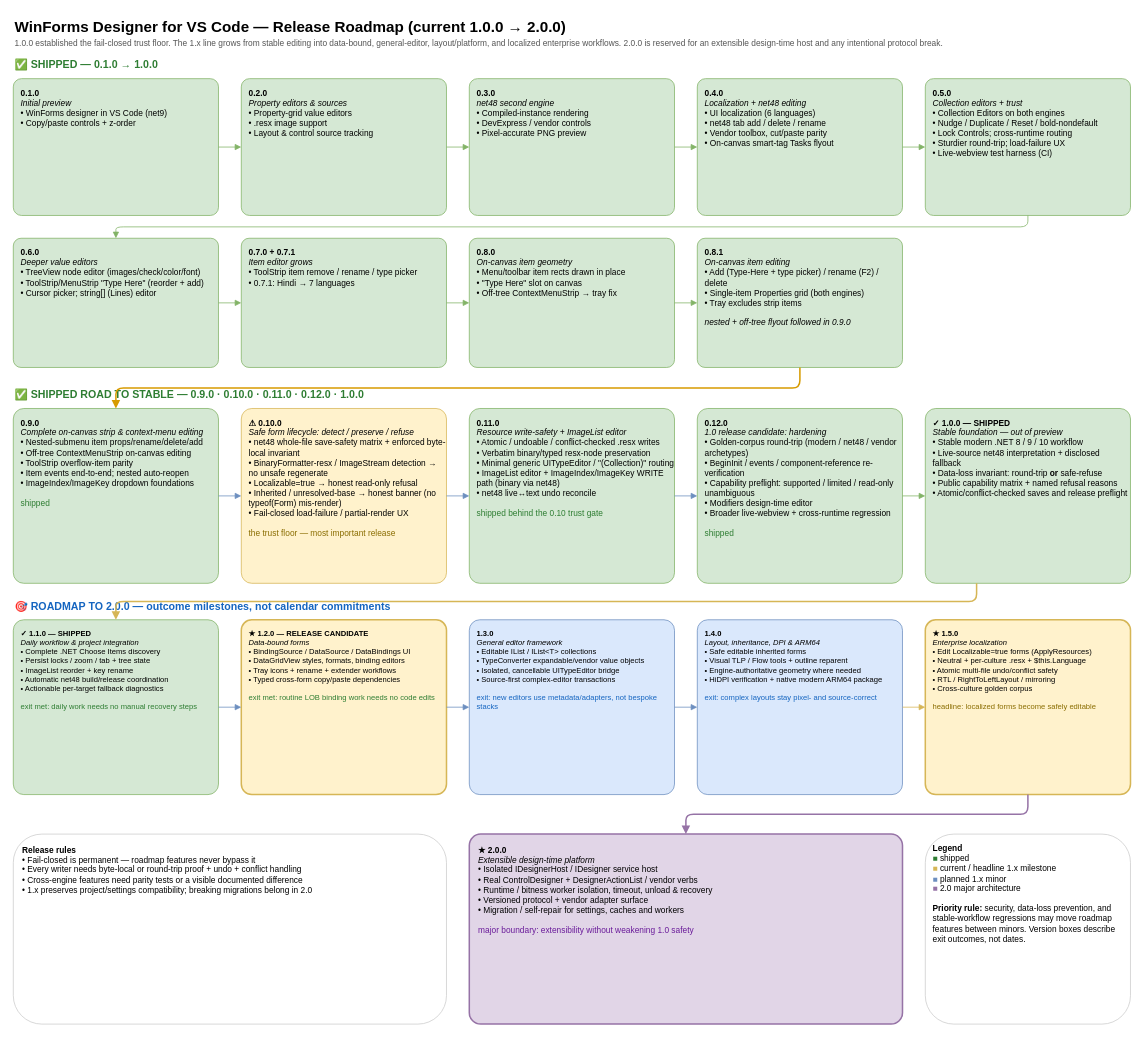
The draw.io diagram docs/roadmap-to-2.0.0.drawio in SkivHisink/winforms-designer-vscode, before the edit. Source tidied: cells renumbered, new cells numbered last; positions are measured from the earlier drawing's top-left corner, leaving out a move shared by most shapes. Both pictures are drawn from the tidied source at 76%, with x=0, y=0 at pixel (13, 13).
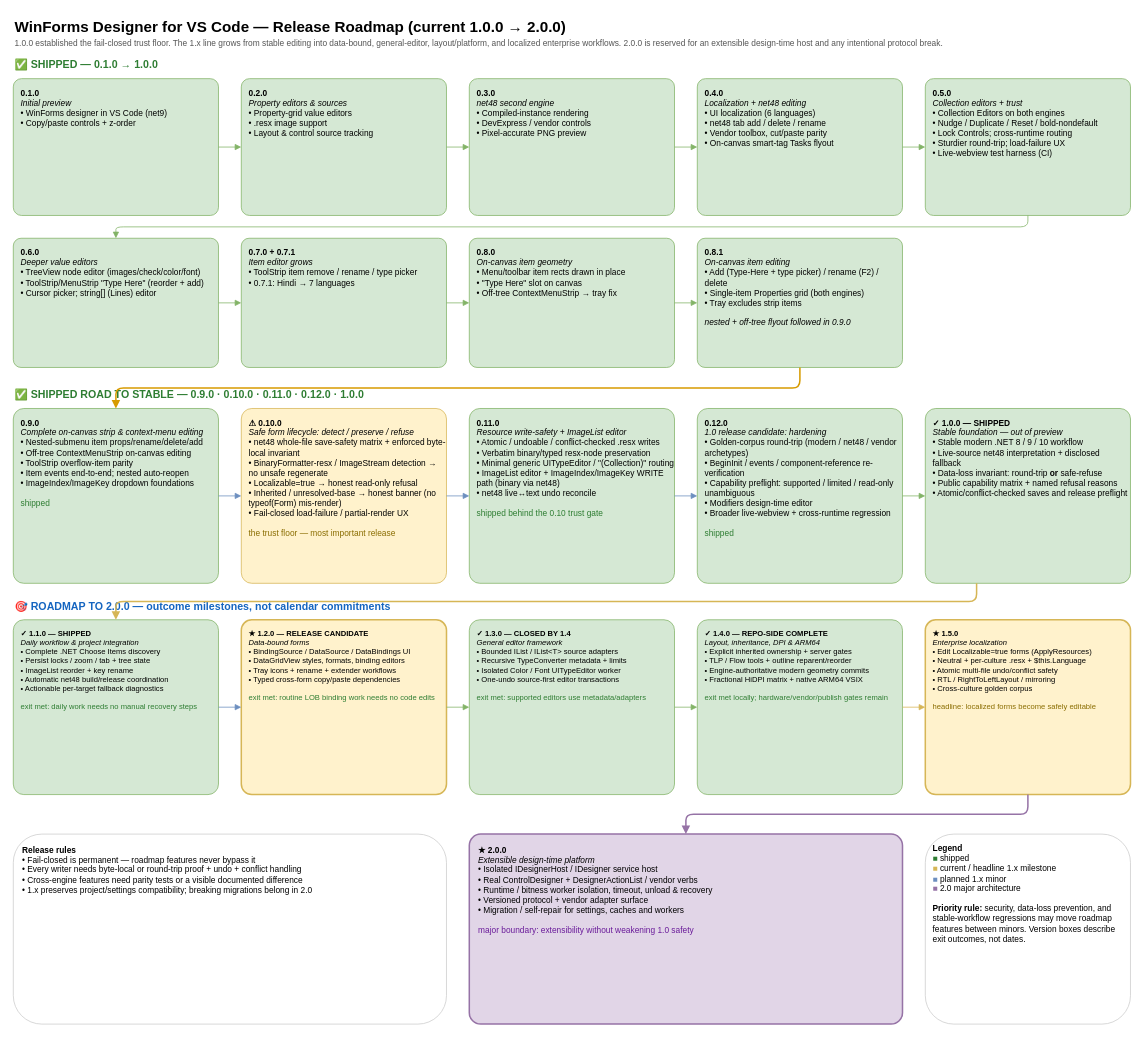
The same page after the edit.

The change refers to these unchanged cells:
```xml
<mxCell id="22" value="&lt;b&gt;★ 1.2.0 — RELEASE CANDIDATE&lt;/b&gt;&lt;br&gt;&lt;i&gt;Data-bound forms&lt;/i&gt;&lt;br&gt;• BindingSource / DataSource / DataBindings UI&lt;br&gt;• DataGridView styles, formats, binding editors&lt;br&gt;• Tray icons + rename + extender workflows&lt;br&gt;• Typed cross-form copy/paste dependencies&lt;br&gt;&lt;br&gt;&lt;font color=&quot;#2e7d32&quot;&gt;exit met: routine LOB binding work needs no code edits&lt;/font&gt;" style="rounded=1;arcSize=6;whiteSpace=wrap;html=1;align=left;verticalAlign=top;spacingLeft=8;spacingTop=6;fontSize=10;fillColor=#fff2cc;strokeColor=#d6b656;strokeWidth=2;" parent="1" vertex="1">
  <mxGeometry x="300" y="798" width="270" height="230" as="geometry" />
</mxCell>
```

Change to the diagram source:
```diff
@@
-    <mxCell id="23" value="&lt;b&gt;1.3.0&lt;/b&gt;&lt;br&gt;&lt;i&gt;General editor framework&lt;/i&gt;&lt;br&gt;• Editable IList / IList&amp;lt;T&amp;gt; collections&lt;br&gt;• TypeConverter expandable/vendor value objects&lt;br&gt;• Isolated, cancellable UITypeEditor bridge&lt;br&gt;• Source-first complex-editor transactions&lt;br&gt;&lt;br&gt;&lt;font color=&quot;#1565C0&quot;&gt;exit: new editors use metadata/adapters, not bespoke stacks&lt;/font&gt;" style="rounded=1;arcSize=6;whiteSpace=wrap;html=1;align=left;verticalAlign=top;spacingLeft=8;spacingTop=6;fontSize=10;fillColor=#dae8fc;strokeColor=#6c8ebf;" parent="1" vertex="1">
+    <mxCell id="23" value="&lt;b&gt;✓ 1.3.0 — CLOSED BY 1.4&lt;/b&gt;&lt;br&gt;&lt;i&gt;General editor framework&lt;/i&gt;&lt;br&gt;• Bounded IList / IList&amp;lt;T&amp;gt; source adapters&lt;br&gt;• Recursive TypeConverter metadata + limits&lt;br&gt;• Isolated Color / Font UITypeEditor worker&lt;br&gt;• One-undo source-first editor transactions&lt;br&gt;&lt;br&gt;&lt;font color=&quot;#2e7d32&quot;&gt;exit met: supported editors use metadata/adapters&lt;/font&gt;" style="rounded=1;arcSize=6;whiteSpace=wrap;html=1;align=left;verticalAlign=top;spacingLeft=8;spacingTop=6;fontSize=10;fillColor=#d5e8d4;strokeColor=#82b366;" parent="1" vertex="1">
       <mxGeometry x="600" y="798" width="270" height="230" as="geometry" />
     </mxCell>
-    <mxCell id="24" value="&lt;b&gt;1.4.0&lt;/b&gt;&lt;br&gt;&lt;i&gt;Layout, inheritance, DPI &amp;amp; ARM64&lt;/i&gt;&lt;br&gt;• Safe editable inherited forms&lt;br&gt;• Visual TLP / Flow tools + outline reparent&lt;br&gt;• Engine-authoritative geometry where needed&lt;br&gt;• HiDPI verification + native modern ARM64 package&lt;br&gt;&lt;br&gt;&lt;font color=&quot;#1565C0&quot;&gt;exit: complex layouts stay pixel- and source-correct&lt;/font&gt;" style="rounded=1;arcSize=6;whiteSpace=wrap;html=1;align=left;verticalAlign=top;spacingLeft=8;spacingTop=6;fontSize=10;fillColor=#dae8fc;strokeColor=#6c8ebf;" parent="1" vertex="1">
+    <mxCell id="24" value="&lt;b&gt;✓ 1.4.0 — REPO-SIDE COMPLETE&lt;/b&gt;&lt;br&gt;&lt;i&gt;Layout, inheritance, DPI &amp;amp; ARM64&lt;/i&gt;&lt;br&gt;• Explicit inherited ownership + server gates&lt;br&gt;• TLP / Flow tools + outline reparent/reorder&lt;br&gt;• Engine-authoritative modern geometry commits&lt;br&gt;• Fractional HiDPI matrix + native ARM64 VSIX&lt;br&gt;&lt;br&gt;&lt;font color=&quot;#2e7d32&quot;&gt;exit met locally; hardware/vendor/publish gates remain&lt;/font&gt;" style="rounded=1;arcSize=6;whiteSpace=wrap;html=1;align=left;verticalAlign=top;spacingLeft=8;spacingTop=6;fontSize=10;fillColor=#d5e8d4;strokeColor=#82b366;" parent="1" vertex="1">
       <mxGeometry x="900" y="798" width="270" height="230" as="geometry" />
     </mxCell>
@@
-    <mxCell id="43" style="edgeStyle=orthogonalEdgeStyle;rounded=1;html=1;endArrow=block;strokeColor=#6c8ebf;" parent="1" edge="1" source="22" target="23">
+    <mxCell id="43" style="edgeStyle=orthogonalEdgeStyle;rounded=1;html=1;endArrow=block;strokeColor=#82b366;" parent="1" edge="1" source="22" target="23">
       <mxGeometry relative="1" as="geometry" />
     </mxCell>
-    <mxCell id="44" style="edgeStyle=orthogonalEdgeStyle;rounded=1;html=1;endArrow=block;strokeColor=#6c8ebf;" parent="1" edge="1" source="23" target="24">
+    <mxCell id="44" style="edgeStyle=orthogonalEdgeStyle;rounded=1;html=1;endArrow=block;strokeColor=#82b366;" parent="1" edge="1" source="23" target="24">
       <mxGeometry relative="1" as="geometry" />
     </mxCell>
```
